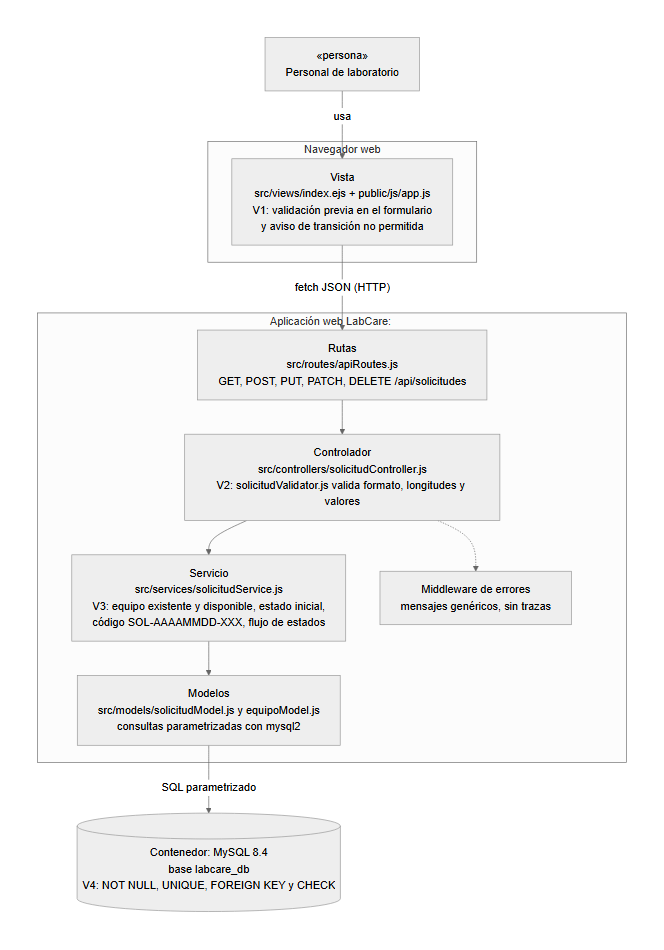
Earlier version of the Mermaid export docs/diagramas/arquitectura-mvc.png (GustavoRodVe/labcare-solicitudes). Its source is kept beside it as docs/diagramas/arquitectura-mvc.mmd. Source of this version:
```mermaid
flowchart TB
  usuario["«persona»<br>Personal de laboratorio"]
  subgraph navegador["Navegador web"]
    vista["Vista<br>src/views/index.ejs + public/js/app.js<br>V1: validación previa en el formulario<br>y aviso de transición no permitida"]
  end
  subgraph app["Aplicación web LabCare: Node.js + Express"]
    rutas["Rutas<br>src/routes/apiRoutes.js<br>GET, POST, PUT, PATCH, DELETE /api/solicitudes"]
    controlador["Controlador<br>src/controllers/solicitudController.js<br>V2: solicitudValidator.js valida formato, longitudes y valores"]
    servicio["Servicio<br>src/services/solicitudService.js<br>V3: equipo existente y disponible, estado inicial,<br>código SOL-AAAAMMDD-XXX, flujo de estados"]
    modelos["Modelos<br>src/models/solicitudModel.js y equipoModel.js<br>consultas parametrizadas con mysql2"]
    errores["Middleware de errores<br>mensajes genéricos, sin trazas"]
  end
  bd[("Contenedor: MySQL 8.4<br>base labcare_db<br>V4: NOT NULL, UNIQUE, FOREIGN KEY y CHECK")]
  usuario -->|usa| vista
  vista -->|"fetch JSON (HTTP)"| rutas
  rutas --> controlador
  controlador --> servicio
  servicio --> modelos
  modelos -->|SQL parametrizado| bd
  controlador -.-> errores
```
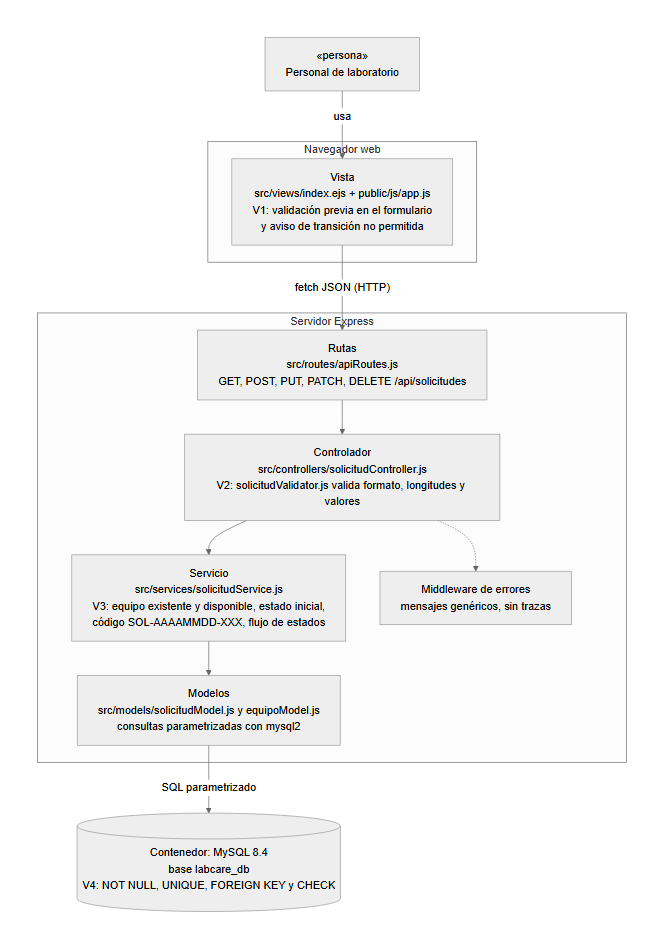
The same file after the commit.

Change to the diagram source:
```diff
@@ -3,7 +3,7 @@
   subgraph navegador["Navegador web"]
     vista["Vista<br>src/views/index.ejs + public/js/app.js<br>V1: validación previa en el formulario<br>y aviso de transición no permitida"]
   end
-  subgraph app["Aplicación web LabCare: Node.js + Express"]
+  subgraph app["Servidor Express"]
     rutas["Rutas<br>src/routes/apiRoutes.js<br>GET, POST, PUT, PATCH, DELETE /api/solicitudes"]
     controlador["Controlador<br>src/controllers/solicitudController.js<br>V2: solicitudValidator.js valida formato, longitudes y valores"]
     servicio["Servicio<br>src/services/solicitudService.js<br>V3: equipo existente y disponible, estado inicial,<br>código SOL-AAAAMMDD-XXX, flujo de estados"]
```
